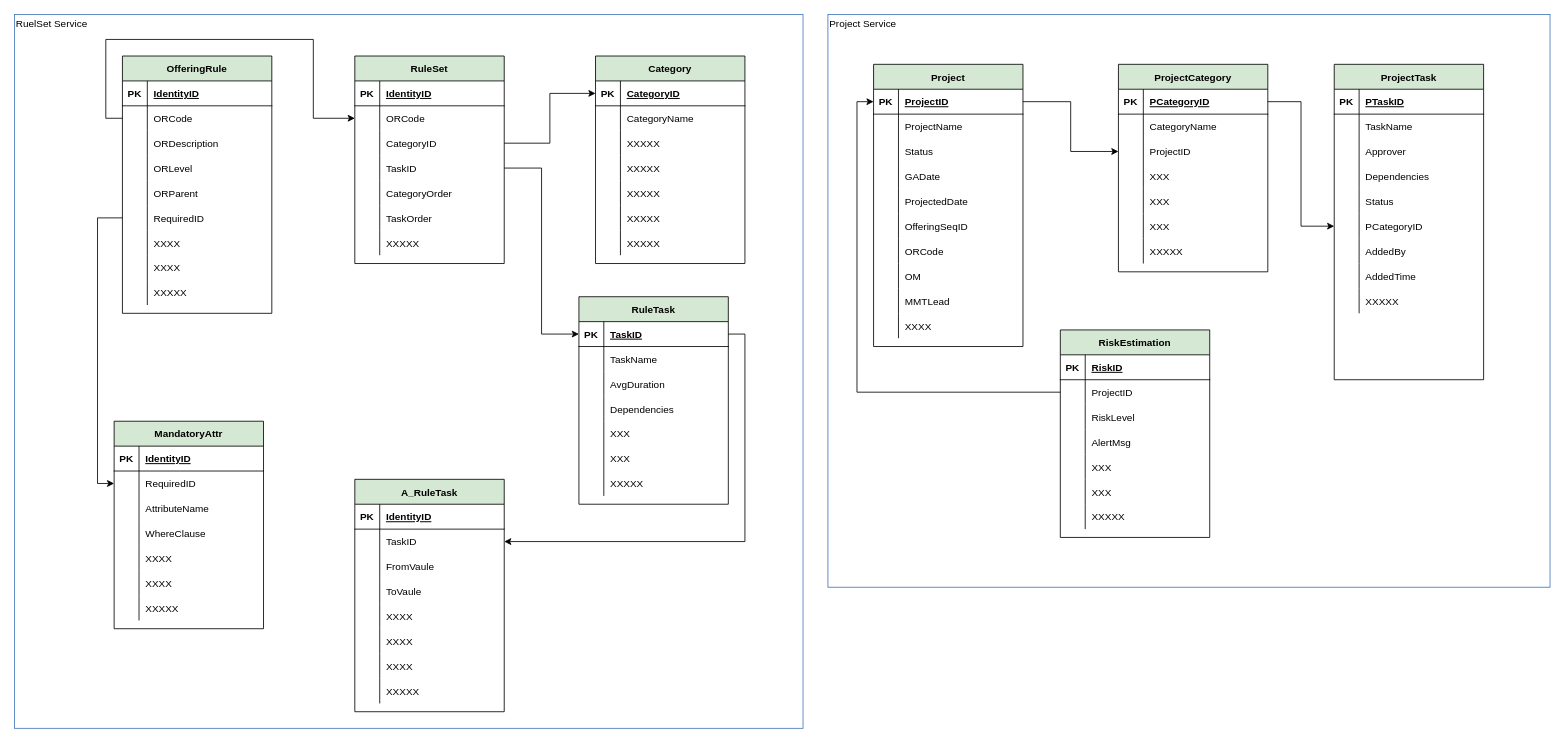
Earlier version of the draw.io diagram page "Data Model" (4 of 6) of oasis-architecture.drawio (JackZhao2517/drawio_folder). Source tidied: cells renumbered, new cells numbered last; positions are measured from the earlier drawing's top-left corner, leaving out a move shared by most shapes. Both pictures are drawn from the tidied source at 83%, with x=0, y=0 at pixel (14, 14).
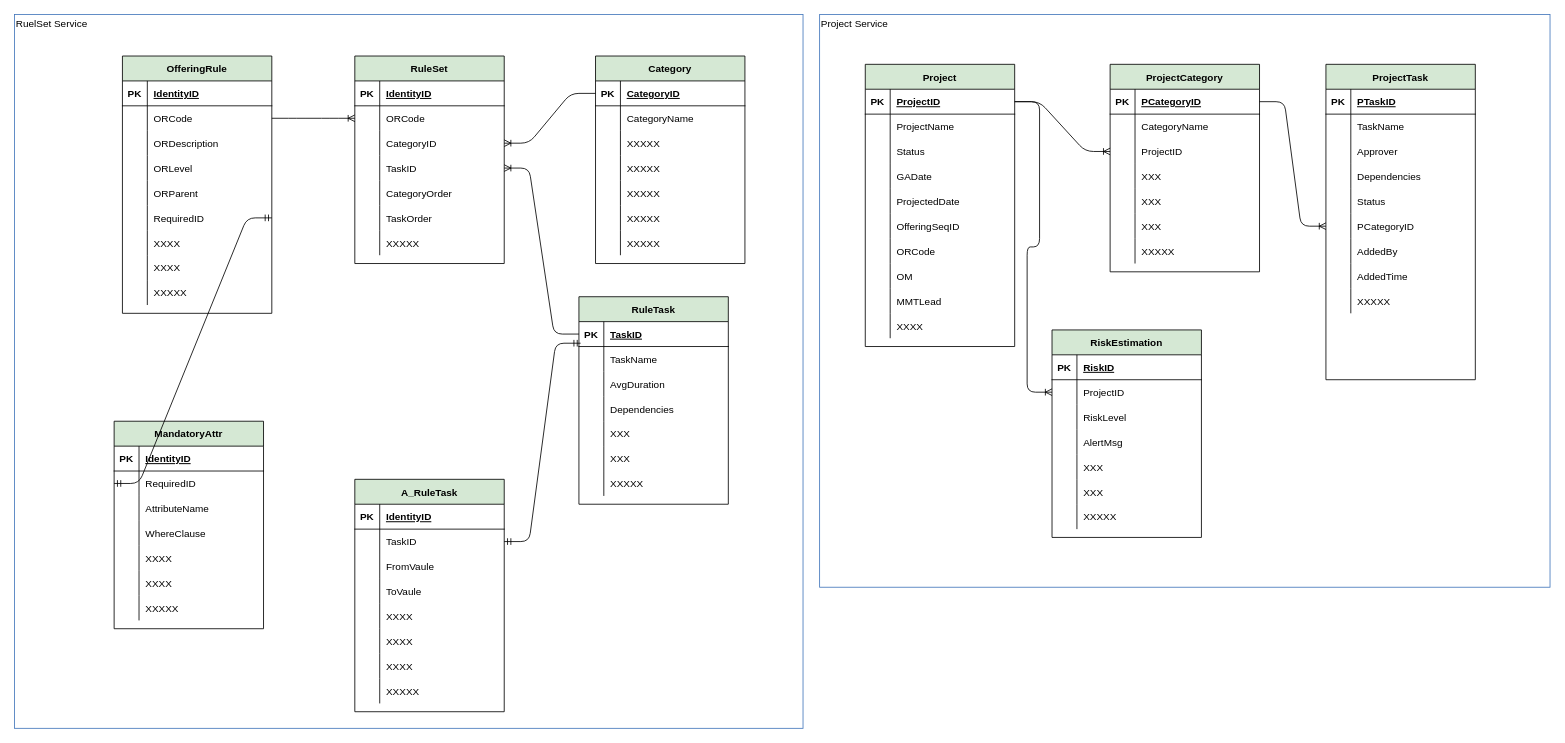
Above is the later version.

Unchanged cells that the change refers to:
```xml
<mxCell id="2" value="&lt;div align=&quot;left&quot;&gt;RuelSet Service&lt;/div&gt;" style="fontStyle=0;verticalAlign=top;align=left;spacingTop=-2;fillColor=none;rounded=0;whiteSpace=wrap;html=1;strokeColor=#4376BB;strokeWidth=1;dashed=0;" parent="1" vertex="1">
  <mxGeometry width="950" height="860" as="geometry" />
</mxCell>
<mxCell id="4" style="shape=partialRectangle;fillColor=none;top=0;left=0;bottom=1;right=0;points=[[0,0.5],[1,0.5]];portConstraint=eastwest;" parent="3" vertex="1">
  <mxGeometry y="30" width="180" height="30" as="geometry" />
</mxCell>
<mxCell id="26" style="shape=partialRectangle;fillColor=none;top=0;left=0;bottom=1;right=0;points=[[0,0.5],[1,0.5]];portConstraint=eastwest;" parent="25" vertex="1">
  <mxGeometry y="30" width="180" height="30" as="geometry" />
</mxCell>
<mxCell id="51" style="shape=partialRectangle;fillColor=none;top=0;left=0;bottom=0;right=0;points=[[0,0.5],[1,0.5]];portConstraint=eastwest;" parent="47" vertex="1">
  <mxGeometry y="60" width="180" height="30" as="geometry" />
</mxCell>
<mxCell id="76" style="shape=partialRectangle;fillColor=none;top=0;left=0;bottom=0;right=0;points=[[0,0.5],[1,0.5]];portConstraint=eastwest;" parent="72" vertex="1">
  <mxGeometry y="60" width="180" height="30" as="geometry" />
</mxCell>
<mxCell id="99" style="shape=partialRectangle;fillColor=none;top=0;left=0;bottom=0;right=0;points=[[0,0.5],[1,0.5]];portConstraint=eastwest;" parent="95" vertex="1">
  <mxGeometry y="60" width="180" height="30" as="geometry" />
</mxCell>
<mxCell id="111" style="shape=partialRectangle;fillColor=none;top=0;left=0;bottom=0;right=0;points=[[0,0.5],[1,0.5]];portConstraint=eastwest;" parent="95" vertex="1">
  <mxGeometry y="180" width="180" height="30" as="geometry" />
</mxCell>
<mxCell id="127" style="shape=partialRectangle;fillColor=none;top=0;left=0;bottom=0;right=0;points=[[0,0.5],[1,0.5]];portConstraint=eastwest;" parent="123" vertex="1">
  <mxGeometry y="60" width="180" height="30" as="geometry" />
</mxCell>
<mxCell id="130" style="shape=partialRectangle;fillColor=none;top=0;left=0;bottom=0;right=0;points=[[0,0.5],[1,0.5]];portConstraint=eastwest;" parent="123" vertex="1">
  <mxGeometry y="90" width="180" height="30" as="geometry" />
</mxCell>
<mxCell id="133" style="shape=partialRectangle;fillColor=none;top=0;left=0;bottom=0;right=0;points=[[0,0.5],[1,0.5]];portConstraint=eastwest;" parent="123" vertex="1">
  <mxGeometry y="120" width="180" height="30" as="geometry" />
</mxCell>
<mxCell id="147" style="shape=partialRectangle;fillColor=none;top=0;left=0;bottom=1;right=0;points=[[0,0.5],[1,0.5]];portConstraint=eastwest;" parent="146" vertex="1">
  <mxGeometry y="30" width="180" height="30" as="geometry" />
</mxCell>
<mxCell id="178" style="shape=partialRectangle;fillColor=none;top=0;left=0;bottom=1;right=0;points=[[0,0.5],[1,0.5]];portConstraint=eastwest;" parent="177" vertex="1">
  <mxGeometry y="30" width="180" height="30" as="geometry" />
</mxCell>
<mxCell id="184" style="shape=partialRectangle;fillColor=none;top=0;left=0;bottom=0;right=0;points=[[0,0.5],[1,0.5]];portConstraint=eastwest;" parent="177" vertex="1">
  <mxGeometry y="90" width="180" height="30" as="geometry" />
</mxCell>
<mxCell id="215" style="shape=partialRectangle;fillColor=none;top=0;left=0;bottom=0;right=0;points=[[0,0.5],[1,0.5]];portConstraint=eastwest;" parent="199" vertex="1">
  <mxGeometry y="180" width="180" height="30" as="geometry" />
</mxCell>
<mxCell id="233" style="shape=partialRectangle;fillColor=none;top=0;left=0;bottom=0;right=0;points=[[0,0.5],[1,0.5]];portConstraint=eastwest;" parent="229" vertex="1">
  <mxGeometry y="60" width="180" height="30" as="geometry" />
</mxCell>
```

Diff of the diagram source:
```diff
@@
-    <mxCell id="94" style="edgeStyle=orthogonalEdgeStyle;rounded=0;jettySize=auto;html=1;exitX=1;exitY=0.5;exitDx=0;exitDy=0;entryX=1;entryY=0.5;entryDx=0;entryDy=0;" parent="2" edge="1" source="4" target="51">
-      <mxGeometry relative="1" as="geometry" />
-    </mxCell>
+    <mxCell id="256" style="edgeStyle=entityRelationEdgeStyle;fontSize=12;html=1;endArrow=ERmandOne;startArrow=ERmandOne;exitX=1;exitY=0.5;exitDx=0;exitDy=0;entryX=0.011;entryY=0.867;entryDx=0;entryDy=0;entryPerimeter=0;" parent="2" edge="1" source="51" target="4">
+      <mxGeometry relative="1" as="geometry" />
+    </mxCell>
@@
     <mxCell id="145" value="&lt;div align=&quot;left&quot;&gt;Project Service&lt;/div&gt;" style="fontStyle=0;verticalAlign=top;align=left;spacingTop=-2;fillColor=none;rounded=0;whiteSpace=wrap;html=1;strokeColor=#4376BB;strokeWidth=1;dashed=0;" parent="1" vertex="1">
-      <mxGeometry x="980" width="870" height="690" as="geometry" />
+      <mxGeometry x="970" width="880" height="690" as="geometry" />
     </mxCell>
@@
-    <mxCell id="227" style="edgeStyle=orthogonalEdgeStyle;rounded=0;jettySize=auto;html=1;exitX=1;exitY=0.5;exitDx=0;exitDy=0;entryX=0;entryY=0.5;entryDx=0;entryDy=0;" parent="145" edge="1" source="147" target="184">
-      <mxGeometry relative="1" as="geometry" />
-    </mxCell>
-    <mxCell id="228" style="edgeStyle=orthogonalEdgeStyle;rounded=0;jettySize=auto;html=1;exitX=1;exitY=0.5;exitDx=0;exitDy=0;entryX=0;entryY=0.5;entryDx=0;entryDy=0;" parent="145" edge="1" source="178" target="215">
-      <mxGeometry relative="1" as="geometry" />
-    </mxCell>
@@
-    <mxCell id="251" style="edgeStyle=orthogonalEdgeStyle;rounded=0;jettySize=auto;html=1;exitX=0;exitY=0.5;exitDx=0;exitDy=0;entryX=0;entryY=0.5;entryDx=0;entryDy=0;" parent="145" edge="1" source="233" target="147">
-      <mxGeometry relative="1" as="geometry" />
-    </mxCell>
-    <mxCell id="252" style="edgeStyle=orthogonalEdgeStyle;rounded=0;jettySize=auto;html=1;exitX=1;exitY=0.5;exitDx=0;exitDy=0;" parent="1" edge="1" source="130" target="26">
-      <mxGeometry relative="1" as="geometry" />
-    </mxCell>
-    <mxCell id="253" style="edgeStyle=orthogonalEdgeStyle;rounded=0;jettySize=auto;html=1;exitX=1;exitY=0.5;exitDx=0;exitDy=0;entryX=0;entryY=0.5;entryDx=0;entryDy=0;" parent="1" edge="1" source="133" target="4">
-      <mxGeometry relative="1" as="geometry" />
-    </mxCell>
-    <mxCell id="254" style="edgeStyle=orthogonalEdgeStyle;rounded=0;jettySize=auto;html=1;exitX=0;exitY=0.5;exitDx=0;exitDy=0;entryX=0;entryY=0.5;entryDx=0;entryDy=0;" parent="1" edge="1" source="111" target="76">
-      <mxGeometry relative="1" as="geometry" />
-    </mxCell>
+    <mxCell id="227" style="edgeStyle=entityRelationEdgeStyle;fontSize=12;html=1;endArrow=ERoneToMany;exitX=1;exitY=0.5;exitDx=0;exitDy=0;entryX=0;entryY=0.5;entryDx=0;entryDy=0;" parent="145" edge="1" source="147" target="184">
+      <mxGeometry relative="1" as="geometry" />
+    </mxCell>
+    <mxCell id="257" style="edgeStyle=entityRelationEdgeStyle;fontSize=12;html=1;endArrow=ERoneToMany;exitX=1;exitY=0.5;exitDx=0;exitDy=0;entryX=0;entryY=0.5;entryDx=0;entryDy=0;" parent="145" edge="1" source="147" target="233">
+      <mxGeometry relative="1" as="geometry" />
+    </mxCell>
+    <mxCell id="228" style="edgeStyle=entityRelationEdgeStyle;fontSize=12;html=1;endArrow=ERoneToMany;exitX=1;exitY=0.5;exitDx=0;exitDy=0;" parent="145" edge="1" source="178" target="215">
+      <mxGeometry relative="1" as="geometry" />
+    </mxCell>
-    <mxCell id="255" style="edgeStyle=orthogonalEdgeStyle;rounded=0;jettySize=auto;html=1;exitX=0;exitY=0.5;exitDx=0;exitDy=0;entryX=0;entryY=0.5;entryDx=0;entryDy=0;" parent="1" edge="1" source="99" target="127">
-      <mxGeometry relative="1" as="geometry">
-        <Array as="points">
-          <mxPoint x="110" y="125" />
-          <mxPoint x="110" y="30" />
-          <mxPoint x="360" y="30" />
-          <mxPoint x="360" y="125" />
-        </Array>
-      </mxGeometry>
+    <mxCell id="255" style="edgeStyle=entityRelationEdgeStyle;fontSize=12;html=1;endArrow=ERoneToMany;exitX=1;exitY=0.5;exitDx=0;exitDy=0;entryX=0;entryY=0.5;entryDx=0;entryDy=0;" parent="1" edge="1" source="99" target="127">
+      <mxGeometry relative="1" as="geometry" />
     </mxCell>
+    <mxCell id="258" style="edgeStyle=entityRelationEdgeStyle;fontSize=12;html=1;endArrow=ERmandOne;startArrow=ERmandOne;entryX=1;entryY=0.5;entryDx=0;entryDy=0;exitX=0;exitY=0.5;exitDx=0;exitDy=0;" parent="1" edge="1" source="76" target="111">
+      <mxGeometry relative="1" as="geometry" />
+    </mxCell>
+    <mxCell id="259" style="edgeStyle=entityRelationEdgeStyle;fontSize=12;html=1;endArrow=ERoneToMany;exitX=0;exitY=0.5;exitDx=0;exitDy=0;entryX=1;entryY=0.5;entryDx=0;entryDy=0;" parent="1" edge="1" source="26" target="130">
+      <mxGeometry relative="1" as="geometry" />
+    </mxCell>
+    <mxCell id="260" style="edgeStyle=entityRelationEdgeStyle;fontSize=12;html=1;endArrow=ERoneToMany;exitX=0;exitY=0.5;exitDx=0;exitDy=0;entryX=1;entryY=0.5;entryDx=0;entryDy=0;" parent="1" edge="1" source="4" target="133">
+      <mxGeometry relative="1" as="geometry" />
+    </mxCell>
```
